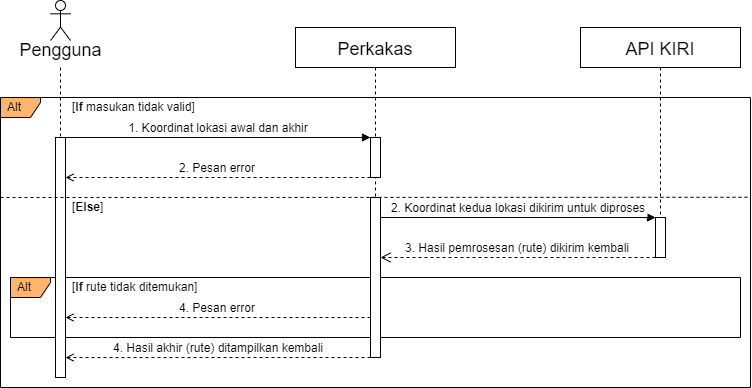
Earlier version of the draw.io export doc/DokumenSkripsi/Gambar/diagrams-sequence-findroute.png (alfredapri/Skripsi). Source tidied: cells renumbered, new cells last; positions are measured from the earlier drawing's top-left corner, leaving out a move shared by most shapes.
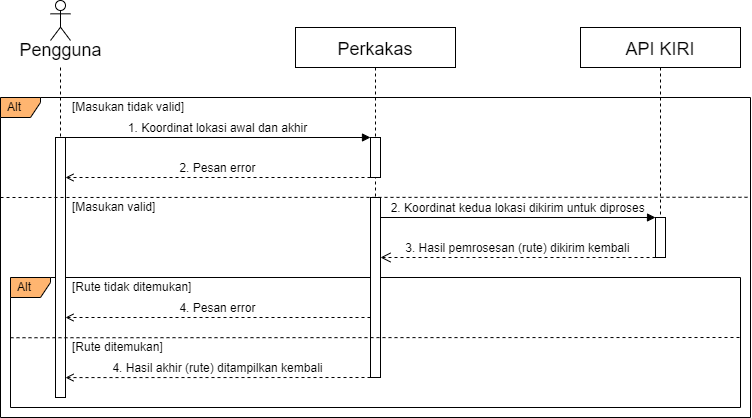
After the change.

Change to the diagram source:
```diff
@@ -3,24 +3,24 @@
     <mxCell id="0" />
     <mxCell id="1" parent="0" />
     <mxCell id="2" value="Alt" style="shape=umlFrame;whiteSpace=wrap;html=1;width=40;height=20;boundedLbl=1;verticalAlign=middle;align=left;spacingLeft=5;fontSize=12;fillColor=#FFB570;" parent="1" vertex="1">
-      <mxGeometry y="97" width="750" height="290" as="geometry" />
+      <mxGeometry y="97" width="750" height="320" as="geometry" />
     </mxCell>
     <mxCell id="3" value="Alt" style="shape=umlFrame;whiteSpace=wrap;html=1;width=40;height=20;boundedLbl=1;verticalAlign=middle;align=left;spacingLeft=5;fontSize=12;fillColor=#FFB570;" parent="1" vertex="1">
-      <mxGeometry x="10" y="277" width="730" height="60" as="geometry" />
+      <mxGeometry x="10" y="277" width="730" height="130" as="geometry" />
     </mxCell>
     <mxCell id="4" value="Perkakas" style="shape=umlLifeline;perimeter=lifelinePerimeter;rounded=0;shadow=0;strokeWidth=1;fontSize=18;verticalAlign=middle;" parent="1" vertex="1">
-      <mxGeometry x="295" y="27" width="160" height="330" as="geometry" />
+      <mxGeometry x="295" y="27" width="160" height="350" as="geometry" />
     </mxCell>
     <mxCell id="5" style="perimeter=orthogonalPerimeter;rounded=0;shadow=0;strokeWidth=1;fillColor=default;" parent="4" vertex="1">
-      <mxGeometry x="75" y="170" width="10" height="160" as="geometry" />
+      <mxGeometry x="75" y="170" width="10" height="180" as="geometry" />
     </mxCell>
     <mxCell id="6" style="perimeter=orthogonalPerimeter;rounded=0;shadow=0;strokeWidth=1;fillColor=default;" parent="4" vertex="1">
       <mxGeometry x="75" y="110" width="10" height="40" as="geometry" />
     </mxCell>
     <mxCell id="7" value="4. Hasil akhir (rute) ditampilkan kembali" style="verticalAlign=bottom;endArrow=open;shadow=0;strokeWidth=1;fontSize=12;endFill=0;dashed=1;exitX=0;exitY=1;exitDx=0;exitDy=0;exitPerimeter=0;fontStyle=0;entryX=1.002;entryY=0.917;entryDx=0;entryDy=0;entryPerimeter=0;" parent="4" edge="1">
       <mxGeometry relative="1" as="geometry">
-        <mxPoint x="75" y="330" as="sourcePoint" />
-        <mxPoint x="-230" y="330.1" as="targetPoint" />
+        <mxPoint x="75" y="350" as="sourcePoint" />
+        <mxPoint x="-230" y="350.1" as="targetPoint" />
       </mxGeometry>
     </mxCell>
     <mxCell id="8" value="3. Hasil pemrosesan (rute) dikirim kembali" style="verticalAlign=bottom;endArrow=open;dashed=1;endSize=8;exitX=-0.002;exitY=0.333;shadow=0;strokeWidth=1;fontSize=12;exitDx=0;exitDy=0;exitPerimeter=0;entryX=1.002;entryY=0.333;entryDx=0;entryDy=0;entryPerimeter=0;" parent="4" edge="1">
@@ -50,7 +50,7 @@
       <mxGeometry x="50" width="20" height="40" as="geometry" />
     </mxCell>
     <mxCell id="14" style="points=[];perimeter=orthogonalPerimeter;rounded=0;shadow=0;strokeWidth=1;" parent="1" vertex="1">
-      <mxGeometry x="55" y="137" width="10" height="240" as="geometry" />
+      <mxGeometry x="55" y="137" width="10" height="260" as="geometry" />
     </mxCell>
     <mxCell id="15" value="1. Koordinat lokasi awal dan akhir" style="verticalAlign=bottom;startArrow=none;endArrow=block;startSize=8;shadow=0;strokeWidth=1;exitX=1;exitY=0;exitDx=0;exitDy=0;exitPerimeter=0;startFill=0;fontSize=12;entryX=0;entryY=-0.001;entryDx=0;entryDy=0;entryPerimeter=0;" parent="1" edge="1">
       <mxGeometry relative="1" as="geometry">
@@ -58,18 +58,19 @@
         <mxPoint x="370" y="137" as="targetPoint" />
       </mxGeometry>
     </mxCell>
-    <mxCell id="16" style="endArrow=none;dashed=1;html=1;rounded=0;fontSize=12;entryX=1;entryY=0.344;entryDx=0;entryDy=0;entryPerimeter=0;" parent="1" edge="1" target="2">
+    <mxCell id="16" style="endArrow=none;dashed=1;html=1;rounded=0;fontSize=12;entryX=1;entryY=0.344;entryDx=0;entryDy=0;entryPerimeter=0;" parent="1" edge="1">
       <mxGeometry relative="1" as="geometry">
         <mxPoint y="197" as="sourcePoint" />
+        <mxPoint x="750" y="196.8" as="targetPoint" />
       </mxGeometry>
     </mxCell>
-    <mxCell id="17" value="[&lt;b&gt;If&lt;/b&gt; masukan tidak valid]" style="text;html=1;strokeColor=none;fillColor=none;align=left;verticalAlign=middle;whiteSpace=wrap;rounded=0;fontSize=12;" parent="1" vertex="1">
+    <mxCell id="17" value="[Masukan tidak valid]" style="text;html=1;strokeColor=none;fillColor=none;align=left;verticalAlign=middle;whiteSpace=wrap;rounded=0;fontSize=12;" parent="1" vertex="1">
       <mxGeometry x="70" y="97" width="140" height="20" as="geometry" />
     </mxCell>
-    <mxCell id="18" value="[&lt;b&gt;Else&lt;/b&gt;]" style="text;html=1;strokeColor=none;fillColor=none;align=left;verticalAlign=middle;whiteSpace=wrap;rounded=0;fontSize=12;" parent="1" vertex="1">
+    <mxCell id="18" value="[Masukan valid]" style="text;html=1;strokeColor=none;fillColor=none;align=left;verticalAlign=middle;whiteSpace=wrap;rounded=0;fontSize=12;" parent="1" vertex="1">
       <mxGeometry x="70" y="197" width="140" height="20" as="geometry" />
     </mxCell>
-    <mxCell id="19" value="[&lt;b&gt;If&lt;/b&gt; rute tidak ditemukan]" style="text;html=1;strokeColor=none;fillColor=none;align=left;verticalAlign=middle;whiteSpace=wrap;rounded=0;fontSize=12;" parent="1" vertex="1">
+    <mxCell id="19" value="[Rute tidak ditemukan]" style="text;html=1;strokeColor=none;fillColor=none;align=left;verticalAlign=middle;whiteSpace=wrap;rounded=0;fontSize=12;" parent="1" vertex="1">
       <mxGeometry x="70" y="277" width="140" height="20" as="geometry" />
     </mxCell>
     <mxCell id="20" value="2. Koordinat kedua lokasi dikirim untuk diproses" style="verticalAlign=bottom;endArrow=block;entryX=0;entryY=0;shadow=0;strokeWidth=1;fontSize=12;" parent="1" edge="1">
@@ -84,5 +85,14 @@
         <mxPoint x="65" y="317" as="targetPoint" />
       </mxGeometry>
     </mxCell>
+    <mxCell id="22" value="[Rute ditemukan]" style="text;html=1;strokeColor=none;fillColor=none;align=left;verticalAlign=middle;whiteSpace=wrap;rounded=0;fontSize=12;" parent="1" vertex="1">
+      <mxGeometry x="70" y="337" width="140" height="20" as="geometry" />
+    </mxCell>
+    <mxCell id="23" style="endArrow=none;dashed=1;html=1;rounded=0;fontSize=12;" parent="1" edge="1">
+      <mxGeometry relative="1" as="geometry">
+        <mxPoint x="10" y="337.2" as="sourcePoint" />
+        <mxPoint x="740" y="337" as="targetPoint" />
+      </mxGeometry>
+    </mxCell>
   </root>
 </mxGraphModel>
```
